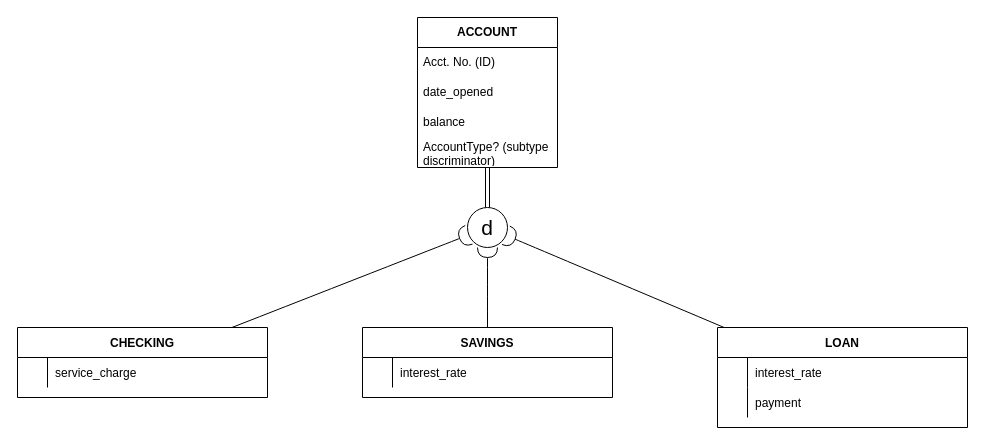
Above: page "Solution" (2 of 2) of Feb5.drawio in robeeds/is380-drawio (draw.io), before the change. Source tidied: cells renumbered, new cells numbered last; positions are measured from the earlier drawing's top-left corner, leaving out a move shared by most shapes. Both pictures are drawn from the tidied source at 100%, with x=0, y=0 at pixel (17, 17).
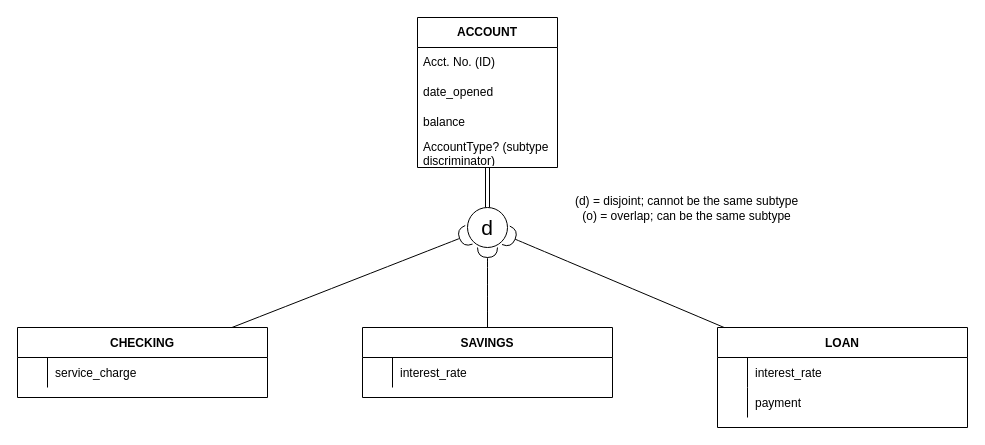
The same page after the edit.

Change to the diagram source:
```diff
@@
+    <mxCell id="27" value="(d) = disjoint; cannot be the same subtype&lt;div&gt;(o) = overlap; can be the same subtype&lt;/div&gt;" style="text;html=1;align=center;verticalAlign=middle;strokeColor=none;fillColor=none;" parent="1" vertex="1">
+      <mxGeometry x="548" y="170" width="241" height="41" as="geometry" />
+    </mxCell>
```
